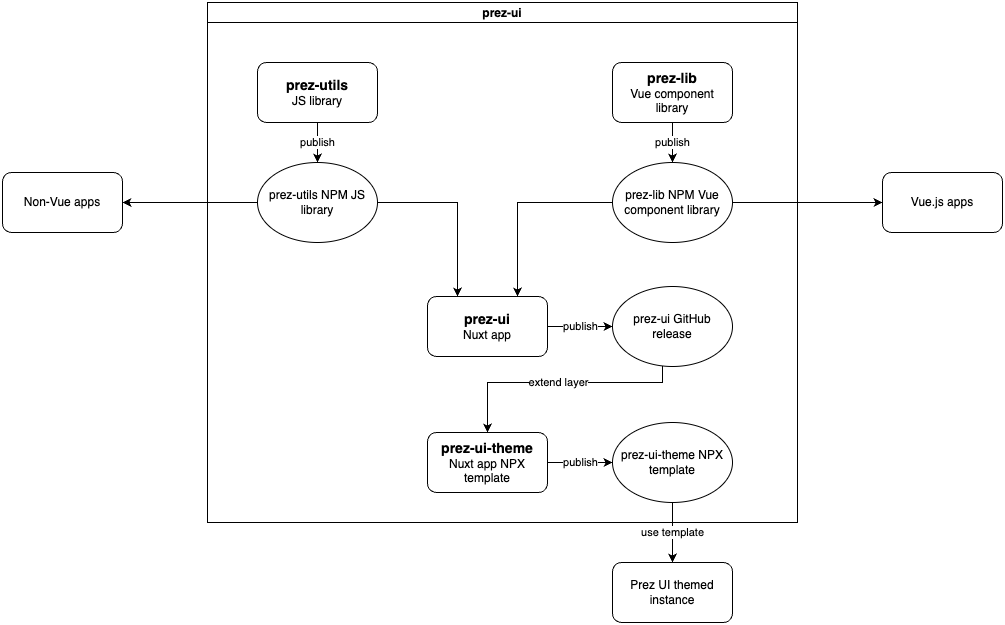
Above: design.png in jamiefeiss/prez-ui-nuxt (draw.io), before the change. Source tidied: cells renumbered, new cells last; positions are measured from the earlier drawing's top-left corner, leaving out a move shared by most shapes. The source it was exported from:
```xml
<mxGraphModel>
  <root>
    <mxCell id="0" />
    <mxCell id="1" parent="0" />
    <mxCell id="2" value="prez-ui" style="swimlane;startSize=20;" parent="1" vertex="1">
      <mxGeometry x="205" width="590" height="520" as="geometry" />
    </mxCell>
    <mxCell id="3" value="publish" style="edgeStyle=orthogonalEdgeStyle;rounded=0;jettySize=auto;html=1;entryX=0;entryY=0.5;entryDx=0;entryDy=0;" parent="2" edge="1" source="4" target="16">
      <mxGeometry relative="1" as="geometry" />
    </mxCell>
    <mxCell id="4" value="&lt;b&gt;&lt;font style=&quot;font-size: 14px;&quot;&gt;prez-ui&lt;/font&gt;&lt;/b&gt;&lt;br&gt;Nuxt app" style="rounded=1;whiteSpace=wrap;html=1;" parent="2" vertex="1">
      <mxGeometry x="220" y="294" width="120" height="60" as="geometry" />
    </mxCell>
    <mxCell id="5" value="publish" style="edgeStyle=orthogonalEdgeStyle;rounded=0;jettySize=auto;html=1;entryX=0;entryY=0.5;entryDx=0;entryDy=0;" parent="2" edge="1" source="6" target="17">
      <mxGeometry relative="1" as="geometry" />
    </mxCell>
    <mxCell id="6" value="&lt;b&gt;&lt;font style=&quot;font-size: 14px;&quot;&gt;prez-ui-theme&lt;/font&gt;&lt;/b&gt;&lt;br&gt;Nuxt app NPX template" style="rounded=1;whiteSpace=wrap;html=1;" parent="2" vertex="1">
      <mxGeometry x="220" y="430" width="120" height="60" as="geometry" />
    </mxCell>
    <mxCell id="7" value="publish" style="edgeStyle=orthogonalEdgeStyle;rounded=0;jettySize=auto;html=1;entryX=0.5;entryY=0;entryDx=0;entryDy=0;" parent="2" edge="1" source="8" target="12">
      <mxGeometry relative="1" as="geometry" />
    </mxCell>
    <mxCell id="8" value="&lt;b&gt;&lt;font style=&quot;font-size: 14px;&quot;&gt;prez-utils&lt;/font&gt;&lt;/b&gt;&lt;br&gt;JS library" style="rounded=1;whiteSpace=wrap;html=1;" parent="2" vertex="1">
      <mxGeometry x="50" y="60" width="120" height="60" as="geometry" />
    </mxCell>
    <mxCell id="9" value="publish" style="edgeStyle=orthogonalEdgeStyle;rounded=0;jettySize=auto;html=1;entryX=0.5;entryY=0;entryDx=0;entryDy=0;" parent="2" edge="1" source="10" target="14">
      <mxGeometry relative="1" as="geometry" />
    </mxCell>
    <mxCell id="10" value="&lt;b&gt;&lt;font style=&quot;font-size: 14px;&quot;&gt;prez-lib&lt;/font&gt;&lt;/b&gt;&lt;br&gt;Vue component library" style="rounded=1;whiteSpace=wrap;html=1;" parent="2" vertex="1">
      <mxGeometry x="405" y="60" width="120" height="60" as="geometry" />
    </mxCell>
    <mxCell id="11" style="edgeStyle=orthogonalEdgeStyle;rounded=0;jettySize=auto;html=1;entryX=0.25;entryY=0;entryDx=0;entryDy=0;" parent="2" edge="1" source="12" target="4">
      <mxGeometry relative="1" as="geometry" />
    </mxCell>
    <mxCell id="12" value="prez-utils NPM JS library" style="ellipse;whiteSpace=wrap;html=1;" parent="2" vertex="1">
      <mxGeometry x="50" y="160" width="120" height="80" as="geometry" />
    </mxCell>
    <mxCell id="13" style="edgeStyle=orthogonalEdgeStyle;rounded=0;jettySize=auto;html=1;entryX=0.75;entryY=0;entryDx=0;entryDy=0;" parent="2" edge="1" source="14" target="4">
      <mxGeometry relative="1" as="geometry" />
    </mxCell>
    <mxCell id="14" value="prez-lib NPM Vue component library" style="ellipse;whiteSpace=wrap;html=1;" parent="2" vertex="1">
      <mxGeometry x="405" y="160" width="120" height="80" as="geometry" />
    </mxCell>
    <mxCell id="15" value="extend layer" style="edgeStyle=orthogonalEdgeStyle;rounded=0;jettySize=auto;html=1;entryX=0.5;entryY=0;entryDx=0;entryDy=0;" parent="2" edge="1" source="16" target="6">
      <mxGeometry relative="1" as="geometry">
        <Array as="points">
          <mxPoint x="455" y="380" />
          <mxPoint x="280" y="380" />
        </Array>
      </mxGeometry>
    </mxCell>
    <mxCell id="16" value="prez-ui GitHub release" style="ellipse;whiteSpace=wrap;html=1;" parent="2" vertex="1">
      <mxGeometry x="405" y="284" width="120" height="80" as="geometry" />
    </mxCell>
    <mxCell id="17" value="prez-ui-theme NPX template" style="ellipse;whiteSpace=wrap;html=1;" parent="2" vertex="1">
      <mxGeometry x="405" y="420" width="120" height="80" as="geometry" />
    </mxCell>
    <mxCell id="18" value="Non-Vue apps" style="rounded=1;whiteSpace=wrap;html=1;" parent="1" vertex="1">
      <mxGeometry y="170" width="120" height="60" as="geometry" />
    </mxCell>
    <mxCell id="19" value="Vue.js apps" style="rounded=1;whiteSpace=wrap;html=1;" parent="1" vertex="1">
      <mxGeometry x="880" y="170" width="120" height="60" as="geometry" />
    </mxCell>
    <mxCell id="20" style="edgeStyle=orthogonalEdgeStyle;rounded=0;jettySize=auto;html=1;entryX=0;entryY=0.5;entryDx=0;entryDy=0;" parent="1" edge="1" source="14" target="19">
      <mxGeometry relative="1" as="geometry" />
    </mxCell>
    <mxCell id="21" style="edgeStyle=orthogonalEdgeStyle;rounded=0;jettySize=auto;html=1;entryX=1;entryY=0.5;entryDx=0;entryDy=0;" parent="1" edge="1" source="12" target="18">
      <mxGeometry relative="1" as="geometry" />
    </mxCell>
    <mxCell id="22" value="Prez UI themed instance" style="rounded=1;whiteSpace=wrap;html=1;" parent="1" vertex="1">
      <mxGeometry x="610" y="560" width="120" height="60" as="geometry" />
    </mxCell>
    <mxCell id="23" value="use template" style="edgeStyle=orthogonalEdgeStyle;rounded=0;jettySize=auto;html=1;entryX=0.5;entryY=0;entryDx=0;entryDy=0;" parent="1" edge="1" source="17" target="22">
      <mxGeometry relative="1" as="geometry" />
    </mxCell>
  </root>
</mxGraphModel>
```
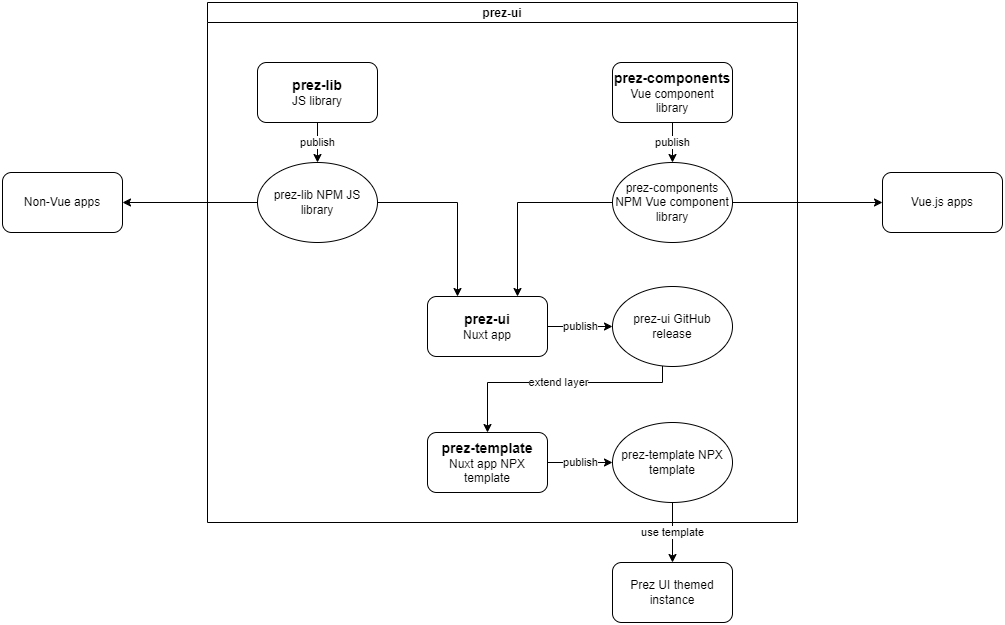
Later version of the same file.

Commit message:
Updated design diagram

What changed in the source:
```diff
@@ -14,31 +14,31 @@
     <mxCell id="5" value="publish" style="edgeStyle=orthogonalEdgeStyle;rounded=0;jettySize=auto;html=1;entryX=0;entryY=0.5;entryDx=0;entryDy=0;" parent="2" edge="1" source="6" target="17">
       <mxGeometry relative="1" as="geometry" />
     </mxCell>
-    <mxCell id="6" value="&lt;b&gt;&lt;font style=&quot;font-size: 14px;&quot;&gt;prez-ui-theme&lt;/font&gt;&lt;/b&gt;&lt;br&gt;Nuxt app NPX template" style="rounded=1;whiteSpace=wrap;html=1;" parent="2" vertex="1">
+    <mxCell id="6" value="&lt;b&gt;&lt;font style=&quot;font-size: 14px;&quot;&gt;prez-template&lt;/font&gt;&lt;/b&gt;&lt;br&gt;Nuxt app NPX template" style="rounded=1;whiteSpace=wrap;html=1;" parent="2" vertex="1">
       <mxGeometry x="220" y="430" width="120" height="60" as="geometry" />
     </mxCell>
     <mxCell id="7" value="publish" style="edgeStyle=orthogonalEdgeStyle;rounded=0;jettySize=auto;html=1;entryX=0.5;entryY=0;entryDx=0;entryDy=0;" parent="2" edge="1" source="8" target="12">
       <mxGeometry relative="1" as="geometry" />
     </mxCell>
-    <mxCell id="8" value="&lt;b&gt;&lt;font style=&quot;font-size: 14px;&quot;&gt;prez-utils&lt;/font&gt;&lt;/b&gt;&lt;br&gt;JS library" style="rounded=1;whiteSpace=wrap;html=1;" parent="2" vertex="1">
+    <mxCell id="8" value="&lt;b&gt;&lt;font style=&quot;font-size: 14px;&quot;&gt;prez-lib&lt;/font&gt;&lt;/b&gt;&lt;br&gt;JS library" style="rounded=1;whiteSpace=wrap;html=1;" parent="2" vertex="1">
       <mxGeometry x="50" y="60" width="120" height="60" as="geometry" />
     </mxCell>
     <mxCell id="9" value="publish" style="edgeStyle=orthogonalEdgeStyle;rounded=0;jettySize=auto;html=1;entryX=0.5;entryY=0;entryDx=0;entryDy=0;" parent="2" edge="1" source="10" target="14">
       <mxGeometry relative="1" as="geometry" />
     </mxCell>
-    <mxCell id="10" value="&lt;b&gt;&lt;font style=&quot;font-size: 14px;&quot;&gt;prez-lib&lt;/font&gt;&lt;/b&gt;&lt;br&gt;Vue component library" style="rounded=1;whiteSpace=wrap;html=1;" parent="2" vertex="1">
+    <mxCell id="10" value="&lt;b&gt;&lt;font style=&quot;font-size: 14px;&quot;&gt;prez-components&lt;/font&gt;&lt;/b&gt;&lt;br&gt;Vue component library" style="rounded=1;whiteSpace=wrap;html=1;" parent="2" vertex="1">
       <mxGeometry x="405" y="60" width="120" height="60" as="geometry" />
     </mxCell>
     <mxCell id="11" style="edgeStyle=orthogonalEdgeStyle;rounded=0;jettySize=auto;html=1;entryX=0.25;entryY=0;entryDx=0;entryDy=0;" parent="2" edge="1" source="12" target="4">
       <mxGeometry relative="1" as="geometry" />
     </mxCell>
-    <mxCell id="12" value="prez-utils NPM JS library" style="ellipse;whiteSpace=wrap;html=1;" parent="2" vertex="1">
+    <mxCell id="12" value="prez-lib NPM JS library" style="ellipse;whiteSpace=wrap;html=1;" parent="2" vertex="1">
       <mxGeometry x="50" y="160" width="120" height="80" as="geometry" />
     </mxCell>
     <mxCell id="13" style="edgeStyle=orthogonalEdgeStyle;rounded=0;jettySize=auto;html=1;entryX=0.75;entryY=0;entryDx=0;entryDy=0;" parent="2" edge="1" source="14" target="4">
       <mxGeometry relative="1" as="geometry" />
     </mxCell>
-    <mxCell id="14" value="prez-lib NPM Vue component library" style="ellipse;whiteSpace=wrap;html=1;" parent="2" vertex="1">
+    <mxCell id="14" value="prez-components NPM Vue component library" style="ellipse;whiteSpace=wrap;html=1;" parent="2" vertex="1">
       <mxGeometry x="405" y="160" width="120" height="80" as="geometry" />
     </mxCell>
     <mxCell id="15" value="extend layer" style="edgeStyle=orthogonalEdgeStyle;rounded=0;jettySize=auto;html=1;entryX=0.5;entryY=0;entryDx=0;entryDy=0;" parent="2" edge="1" source="16" target="6">
@@ -52,7 +52,7 @@
     <mxCell id="16" value="prez-ui GitHub release" style="ellipse;whiteSpace=wrap;html=1;" parent="2" vertex="1">
       <mxGeometry x="405" y="284" width="120" height="80" as="geometry" />
     </mxCell>
-    <mxCell id="17" value="prez-ui-theme NPX template" style="ellipse;whiteSpace=wrap;html=1;" parent="2" vertex="1">
+    <mxCell id="17" value="prez-template NPX template" style="ellipse;whiteSpace=wrap;html=1;" parent="2" vertex="1">
       <mxGeometry x="405" y="420" width="120" height="80" as="geometry" />
     </mxCell>
     <mxCell id="18" value="Non-Vue apps" style="rounded=1;whiteSpace=wrap;html=1;" parent="1" vertex="1">
```
